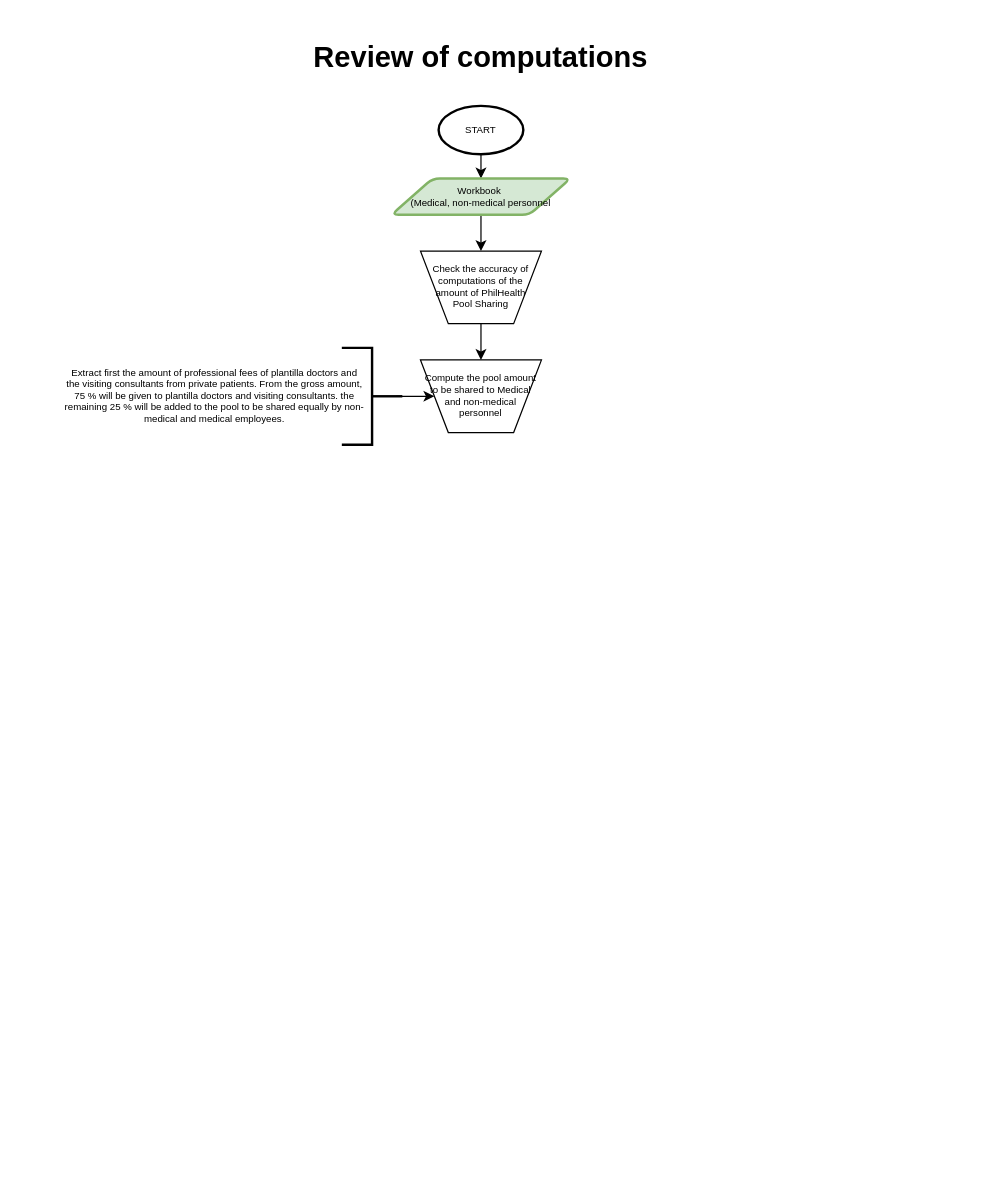
Earlier version of the draw.io diagram page "Review of computations" (4 of 5) of Auditing of Payments of Employee Benefits - PHIC Pool Sharing (Through payroll).drawio (johnpaul4474/FMO-accounting). Source tidied: cells renumbered, new cells numbered last; positions are measured from the earlier drawing's top-left corner, leaving out a move shared by most shapes. Both pictures are drawn from the tidied source at 121%, with x=0, y=0 at pixel (21, 33).
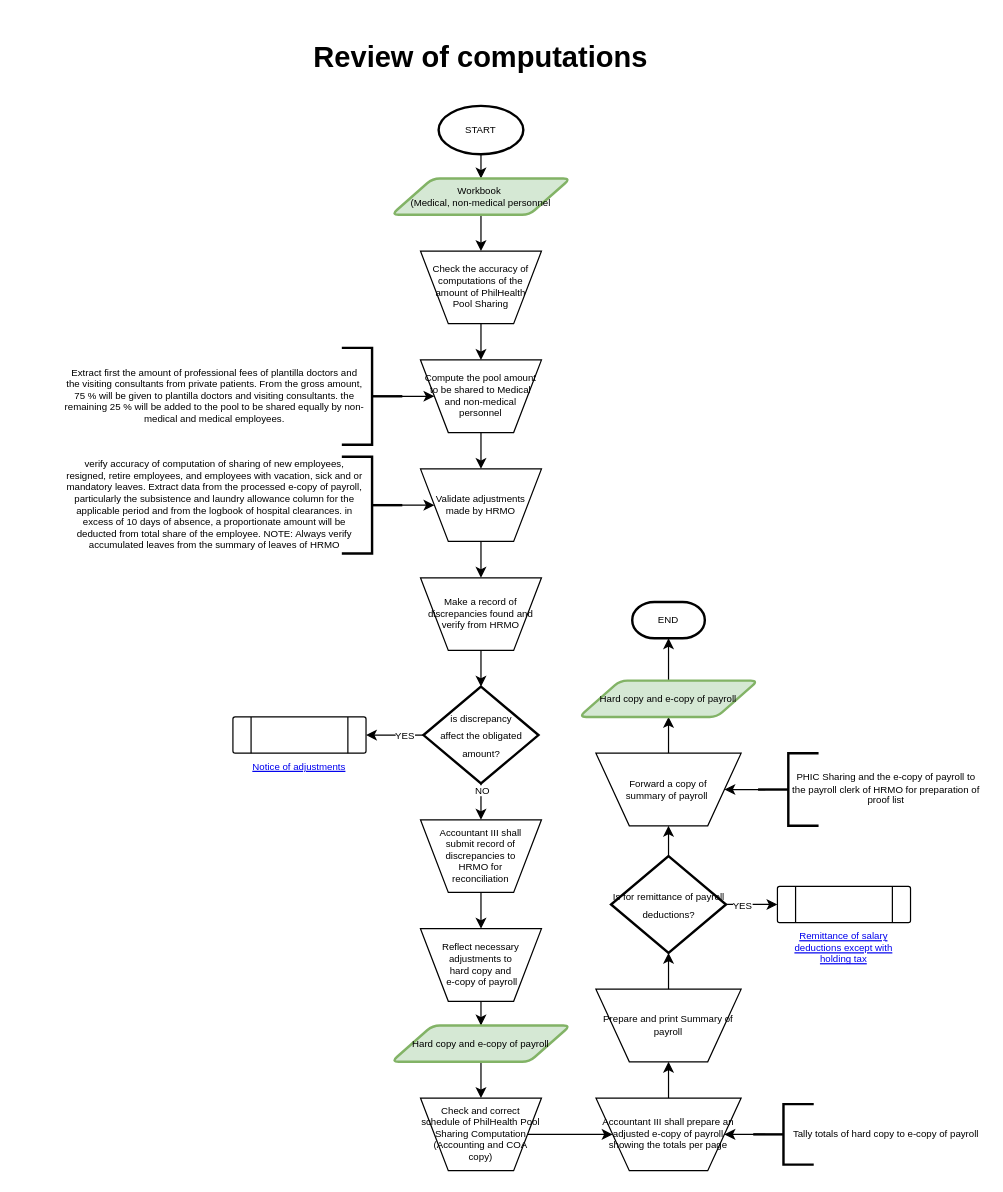
Above is the later version.

The change refers to these unchanged cells:
```xml
<mxCell id="9" value="Compute the pool amount to be shared to Medical and non-medical &lt;br&gt;personnel" style="verticalLabelPosition=middle;verticalAlign=middle;html=1;shape=trapezoid;perimeter=trapezoidPerimeter;whiteSpace=wrap;size=0.23;arcSize=10;flipV=1;labelPosition=center;align=center;fontSize=8;" parent="1" vertex="1">
  <mxGeometry x="330" y="270" width="100" height="60" as="geometry" />
</mxCell>
```

What changed in the source:
```diff
@@
+    <mxCell id="13" style="edgeStyle=orthogonalEdgeStyle;rounded=0;jettySize=auto;html=1;" parent="1" edge="1" source="9" target="15">
+      <mxGeometry relative="1" as="geometry" />
+    </mxCell>
@@
+    <mxCell id="14" style="edgeStyle=orthogonalEdgeStyle;rounded=0;jettySize=auto;html=1;" parent="1" edge="1" source="15" target="20">
+      <mxGeometry relative="1" as="geometry" />
+    </mxCell>
+    <mxCell id="15" value="Validate adjustments&lt;br&gt;made by HRMO" style="verticalLabelPosition=middle;verticalAlign=middle;html=1;shape=trapezoid;perimeter=trapezoidPerimeter;whiteSpace=wrap;size=0.23;arcSize=10;flipV=1;labelPosition=center;align=center;fontSize=8;" parent="1" vertex="1">
+      <mxGeometry x="330" y="360" width="100" height="60" as="geometry" />
+    </mxCell>
+    <mxCell id="16" style="edgeStyle=orthogonalEdgeStyle;rounded=0;jettySize=auto;html=1;fontSize=8;" parent="1" edge="1" source="17" target="15">
+      <mxGeometry relative="1" as="geometry" />
+    </mxCell>
+    <mxCell id="17" style="strokeWidth=2;html=1;shape=mxgraph.flowchart.annotation_2;align=left;labelPosition=right;fontSize=8;direction=west;" parent="1" vertex="1">
+      <mxGeometry x="265" y="350" width="50" height="80" as="geometry" />
+    </mxCell>
+    <mxCell id="18" value="verify accuracy of computation of sharing of new employees, resigned, retire employees, and employees with vacation, sick and or mandatory leaves. Extract data from the processed e-copy of payroll, particularly the subsistence and laundry allowance column for the applicable period and from the logbook of hospital clearances. in excess of 10 days of absence, a proportionate amount will be deducted from total share of the employee. NOTE: Always verify accumulated leaves from the summary of leaves of HRMO" style="text;html=1;strokeColor=none;fillColor=none;align=center;verticalAlign=middle;whiteSpace=wrap;rounded=0;fontSize=8;" parent="1" vertex="1">
+      <mxGeometry x="35" y="352.5" width="250" height="75" as="geometry" />
+    </mxCell>
+    <mxCell id="19" style="edgeStyle=orthogonalEdgeStyle;rounded=0;jettySize=auto;html=1;fontSize=8;" parent="1" edge="1" source="20" target="25">
+      <mxGeometry relative="1" as="geometry" />
+    </mxCell>
+    <mxCell id="20" value="Make a record of discrepancies found and verify from HRMO" style="verticalLabelPosition=middle;verticalAlign=middle;html=1;shape=trapezoid;perimeter=trapezoidPerimeter;whiteSpace=wrap;size=0.23;arcSize=10;flipV=1;labelPosition=center;align=center;fontSize=8;" parent="1" vertex="1">
+      <mxGeometry x="330" y="450" width="100" height="60" as="geometry" />
+    </mxCell>
+    <mxCell id="21" style="edgeStyle=orthogonalEdgeStyle;rounded=0;jettySize=auto;html=1;fontSize=8;" parent="1" edge="1" source="25" target="26">
+      <mxGeometry relative="1" as="geometry" />
+    </mxCell>
+    <mxCell id="22" value="YES" style="edgeLabel;html=1;align=center;verticalAlign=middle;fontSize=8;" parent="21" vertex="1">
+      <mxGeometry x="-0.34" relative="1" as="geometry" />
+    </mxCell>
+    <mxCell id="23" style="edgeStyle=orthogonalEdgeStyle;rounded=0;jettySize=auto;html=1;fontSize=8;" parent="1" edge="1" source="25" target="28">
+      <mxGeometry relative="1" as="geometry" />
+    </mxCell>
+    <mxCell id="24" value="NO" style="edgeLabel;html=1;align=center;verticalAlign=middle;fontSize=8;" parent="23" vertex="1">
+      <mxGeometry x="-0.8" relative="1" as="geometry" />
+    </mxCell>
+    <mxCell id="25" value="&lt;font style=&quot;font-size: 8px;&quot;&gt;is discrepancy &lt;br&gt;affect&amp;nbsp;the obligated amount?&lt;/font&gt;" style="strokeWidth=2;html=1;shape=mxgraph.flowchart.decision;whiteSpace=wrap;" parent="1" vertex="1">
+      <mxGeometry x="332.5" y="540" width="95" height="80" as="geometry" />
+    </mxCell>
+    <mxCell id="26" value="&lt;a href=&quot;https://viewer.diagrams.net/?tags=%7B%7D&amp;amp;highlight=0000ff&amp;amp;edit=_blank&amp;amp;layers=1&amp;amp;nav=1&amp;amp;page-id=VWKE-jAnXpTFors9ekIl&amp;amp;title=Accounting%20Service%20Control%20Procedure.drawio.html#Uhttps%3A%2F%2Fraw.githubusercontent.com%2Fjohnpaul4474%2FFMO-accounting%2Fmain%2FAccounting%2520Service%2520Control%2520Procedure.drawio.html&quot;&gt;Notice of adjustments&lt;/a&gt;" style="verticalLabelPosition=bottom;verticalAlign=top;html=1;shape=process;whiteSpace=wrap;rounded=1;size=0.14;arcSize=6;fontSize=8;" parent="1" vertex="1">
+      <mxGeometry x="175" y="565" width="110" height="30" as="geometry" />
+    </mxCell>
+    <mxCell id="27" style="edgeStyle=orthogonalEdgeStyle;rounded=0;jettySize=auto;html=1;fontSize=8;" parent="1" edge="1" source="28" target="30">
+      <mxGeometry relative="1" as="geometry" />
+    </mxCell>
+    <mxCell id="28" value="Accountant III shall &lt;br&gt;submit record of discrepancies to &lt;br&gt;HRMO for &lt;br&gt;reconciliation" style="verticalLabelPosition=middle;verticalAlign=middle;html=1;shape=trapezoid;perimeter=trapezoidPerimeter;whiteSpace=wrap;size=0.23;arcSize=10;flipV=1;labelPosition=center;align=center;fontSize=8;" parent="1" vertex="1">
+      <mxGeometry x="330" y="650" width="100" height="60" as="geometry" />
+    </mxCell>
+    <mxCell id="29" style="edgeStyle=orthogonalEdgeStyle;rounded=0;jettySize=auto;html=1;fontSize=8;" parent="1" edge="1" source="30" target="32">
+      <mxGeometry relative="1" as="geometry" />
+    </mxCell>
+    <mxCell id="30" value="Reflect necessary adjustments to &lt;br&gt;hard copy and&lt;br&gt;&amp;nbsp;e-copy of payroll" style="verticalLabelPosition=middle;verticalAlign=middle;html=1;shape=trapezoid;perimeter=trapezoidPerimeter;whiteSpace=wrap;size=0.23;arcSize=10;flipV=1;labelPosition=center;align=center;fontSize=8;" parent="1" vertex="1">
+      <mxGeometry x="330" y="740" width="100" height="60" as="geometry" />
+    </mxCell>
+    <mxCell id="31" style="edgeStyle=orthogonalEdgeStyle;rounded=0;jettySize=auto;html=1;fontSize=8;" parent="1" edge="1" source="32" target="34">
+      <mxGeometry relative="1" as="geometry" />
+    </mxCell>
+    <mxCell id="32" value="Hard copy and e-copy of payroll" style="shape=parallelogram;html=1;strokeWidth=2;perimeter=parallelogramPerimeter;whiteSpace=wrap;rounded=1;arcSize=12;size=0.23;fontSize=8;fillColor=#d5e8d4;strokeColor=#82b366;" parent="1" vertex="1">
+      <mxGeometry x="306" y="820" width="148" height="30" as="geometry" />
+    </mxCell>
+    <mxCell id="33" style="edgeStyle=orthogonalEdgeStyle;rounded=0;jettySize=auto;html=1;fontSize=8;" parent="1" edge="1" source="34" target="36">
+      <mxGeometry relative="1" as="geometry" />
+    </mxCell>
+    <mxCell id="34" value="Check and correct schedule of PhilHealth Pool Sharing Computation &lt;br&gt;(Accounting and COA copy)" style="verticalLabelPosition=middle;verticalAlign=middle;html=1;shape=trapezoid;perimeter=trapezoidPerimeter;whiteSpace=wrap;size=0.23;arcSize=10;flipV=1;labelPosition=center;align=center;fontSize=8;" parent="1" vertex="1">
+      <mxGeometry x="330" y="880" width="100" height="60" as="geometry" />
+    </mxCell>
+    <mxCell id="35" style="edgeStyle=orthogonalEdgeStyle;rounded=0;jettySize=auto;html=1;fontSize=8;" parent="1" edge="1" source="36" target="41">
+      <mxGeometry relative="1" as="geometry" />
+    </mxCell>
+    <mxCell id="36" value="Accountant III shall prepare an adjusted e-copy of payroll &lt;br&gt;showing the totals per page" style="verticalLabelPosition=middle;verticalAlign=middle;html=1;shape=trapezoid;perimeter=trapezoidPerimeter;whiteSpace=wrap;size=0.23;arcSize=10;flipV=1;labelPosition=center;align=center;fontSize=8;" parent="1" vertex="1">
+      <mxGeometry x="475" y="880" width="120" height="60" as="geometry" />
+    </mxCell>
+    <mxCell id="37" style="edgeStyle=orthogonalEdgeStyle;rounded=0;jettySize=auto;html=1;fontSize=8;" parent="1" edge="1" source="38" target="36">
+      <mxGeometry relative="1" as="geometry" />
+    </mxCell>
+    <mxCell id="38" style="strokeWidth=2;html=1;shape=mxgraph.flowchart.annotation_2;align=left;labelPosition=right;fontSize=8;" parent="1" vertex="1">
+      <mxGeometry x="605" y="885" width="50" height="50" as="geometry" />
+    </mxCell>
+    <mxCell id="39" value="Tally totals of hard copy to e-copy of payroll" style="text;html=1;strokeColor=none;fillColor=none;align=center;verticalAlign=middle;whiteSpace=wrap;rounded=0;fontSize=8;" parent="1" vertex="1">
+      <mxGeometry x="635" y="892.5" width="160" height="35" as="geometry" />
+    </mxCell>
+    <mxCell id="40" style="edgeStyle=orthogonalEdgeStyle;rounded=0;jettySize=auto;html=1;fontSize=8;" parent="1" edge="1" source="41" target="45">
+      <mxGeometry relative="1" as="geometry" />
+    </mxCell>
+    <mxCell id="41" value="Prepare and print Summary of payroll" style="verticalLabelPosition=middle;verticalAlign=middle;html=1;shape=trapezoid;perimeter=trapezoidPerimeter;whiteSpace=wrap;size=0.23;arcSize=10;flipV=1;labelPosition=center;align=center;fontSize=8;" parent="1" vertex="1">
+      <mxGeometry x="475" y="790" width="120" height="60" as="geometry" />
+    </mxCell>
+    <mxCell id="42" style="edgeStyle=orthogonalEdgeStyle;rounded=0;jettySize=auto;html=1;fontSize=8;" parent="1" edge="1" source="45" target="46">
+      <mxGeometry relative="1" as="geometry" />
+    </mxCell>
+    <mxCell id="43" value="YES" style="edgeLabel;html=1;align=center;verticalAlign=middle;fontSize=8;" parent="42" vertex="1">
+      <mxGeometry x="-0.39" relative="1" as="geometry" />
+    </mxCell>
+    <mxCell id="44" style="edgeStyle=orthogonalEdgeStyle;rounded=0;jettySize=auto;html=1;fontSize=8;" parent="1" edge="1" source="45" target="48">
+      <mxGeometry relative="1" as="geometry" />
+    </mxCell>
+    <mxCell id="45" value="&lt;span style=&quot;font-size: 8px;&quot;&gt;Is for remittance of payroll deductions?&lt;/span&gt;" style="strokeWidth=2;html=1;shape=mxgraph.flowchart.decision;whiteSpace=wrap;" parent="1" vertex="1">
+      <mxGeometry x="487.5" y="680" width="95" height="80" as="geometry" />
+    </mxCell>
+    <mxCell id="46" value="&lt;a href=&quot;https://viewer.diagrams.net/?tags=%7B%7D&amp;amp;highlight=0000ff&amp;amp;edit=_blank&amp;amp;layers=1&amp;amp;nav=1&amp;amp;page-id=KZuLO-m3f8mfFGX-hPou&amp;amp;title=Accounting%20Service%20Control%20Procedure.drawio.html#Uhttps%3A%2F%2Fraw.githubusercontent.com%2Fjohnpaul4474%2FFMO-accounting%2Fmain%2FAccounting%2520Service%2520Control%2520Procedure.drawio.html&quot;&gt;Remittance of salary deductions except with holding tax&lt;/a&gt;" style="verticalLabelPosition=bottom;verticalAlign=top;html=1;shape=process;whiteSpace=wrap;rounded=1;size=0.14;arcSize=6;fontSize=8;" parent="1" vertex="1">
+      <mxGeometry x="625" y="705" width="110" height="30" as="geometry" />
+    </mxCell>
+    <mxCell id="47" style="edgeStyle=orthogonalEdgeStyle;rounded=0;jettySize=auto;html=1;fontSize=8;" parent="1" edge="1" source="48" target="50">
+      <mxGeometry relative="1" as="geometry" />
+    </mxCell>
+    <mxCell id="48" value="Forward a copy of &lt;br&gt;summary of payroll&amp;nbsp;" style="verticalLabelPosition=middle;verticalAlign=middle;html=1;shape=trapezoid;perimeter=trapezoidPerimeter;whiteSpace=wrap;size=0.23;arcSize=10;flipV=1;labelPosition=center;align=center;fontSize=8;" parent="1" vertex="1">
+      <mxGeometry x="475" y="595" width="120" height="60" as="geometry" />
+    </mxCell>
+    <mxCell id="49" style="edgeStyle=orthogonalEdgeStyle;rounded=0;jettySize=auto;html=1;fontSize=8;" parent="1" edge="1" source="50" target="51">
+      <mxGeometry relative="1" as="geometry" />
+    </mxCell>
+    <mxCell id="50" value="Hard copy and e-copy of payroll" style="shape=parallelogram;html=1;strokeWidth=2;perimeter=parallelogramPerimeter;whiteSpace=wrap;rounded=1;arcSize=12;size=0.23;fontSize=8;fillColor=#d5e8d4;strokeColor=#82b366;" parent="1" vertex="1">
+      <mxGeometry x="461" y="535" width="148" height="30" as="geometry" />
+    </mxCell>
+    <mxCell id="51" value="END" style="strokeWidth=2;html=1;shape=mxgraph.flowchart.terminator;whiteSpace=wrap;fontSize=8;" parent="1" vertex="1">
+      <mxGeometry x="505" y="470" width="60" height="30" as="geometry" />
+    </mxCell>
+    <mxCell id="52" style="edgeStyle=orthogonalEdgeStyle;rounded=0;jettySize=auto;html=1;fontSize=8;" parent="1" edge="1" source="53" target="48">
+      <mxGeometry relative="1" as="geometry" />
+    </mxCell>
+    <mxCell id="53" style="strokeWidth=2;html=1;shape=mxgraph.flowchart.annotation_2;align=left;labelPosition=right;fontSize=8;" parent="1" vertex="1">
+      <mxGeometry x="609" y="595" width="50" height="60" as="geometry" />
+    </mxCell>
+    <mxCell id="54" value="PHIC Sharing and the e-copy of payroll to the payroll clerk of HRMO for preparation of proof list" style="text;html=1;strokeColor=none;fillColor=none;align=center;verticalAlign=middle;whiteSpace=wrap;rounded=0;fontSize=8;" parent="1" vertex="1">
+      <mxGeometry x="635" y="597.5" width="160" height="55" as="geometry" />
+    </mxCell>
```
